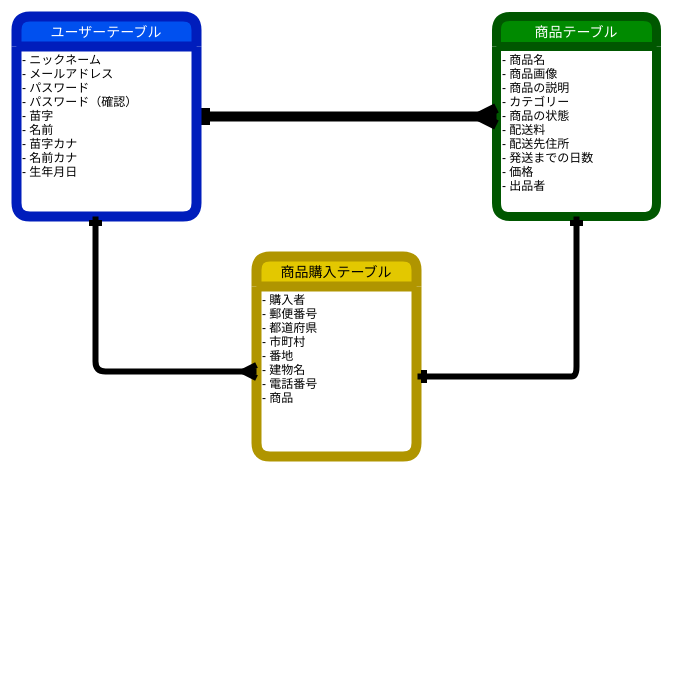
Above: table.dio in mozu888/furima-37230 (draw.io), before the change. Source tidied: cells renumbered, new cells numbered last; positions are measured from the earlier drawing's top-left corner, leaving out a move shared by most shapes. Both pictures are drawn from the tidied source at 100%, with x=0, y=0 at pixel (16, 16).
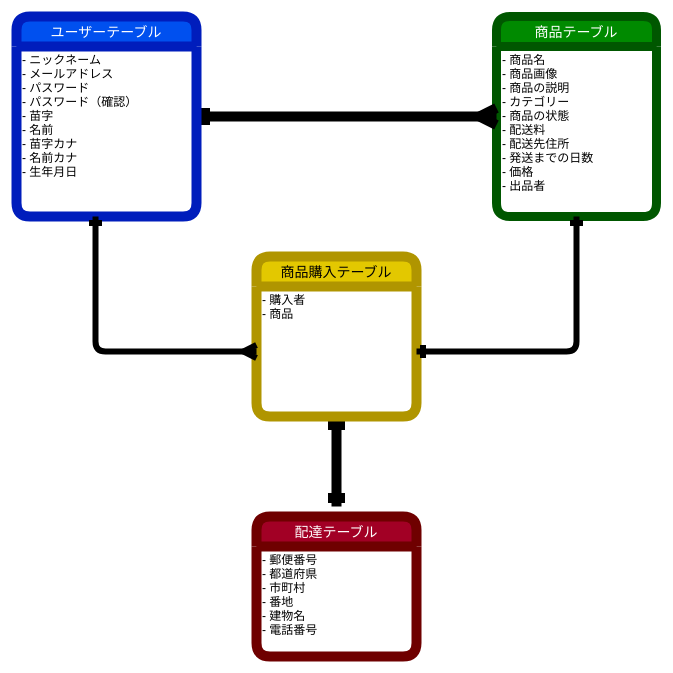
The same diagram, later.

The edit, as a diff of the source:
```diff
@@
 <mxGraphModel>
   <root>
     <mxCell id="0" />
     <mxCell id="1" parent="0" />
     <mxCell id="2" value="商品テーブル" style="swimlane;horizontal=1;startSize=30;rounded=1;fontSize=14;fontStyle=0;strokeWidth=9;shadow=0;dashed=0;align=center;fillColor=#008a00;strokeColor=#005700;fontColor=#ffffff;" parent="1" vertex="1">
       <mxGeometry x="480" width="160" height="200" as="geometry" />
     </mxCell>
     <mxCell id="3" value="- 商品名&#10;- 商品画像&#10;- 商品の説明&#10;- カテゴリー&#10;- 商品の状態&#10;- 配送料&#10;- 配送先住所&#10;- 発送までの日数&#10;- 価格&#10;- 出品者" style="align=left;strokeColor=none;fillColor=none;spacingLeft=4;fontSize=12;verticalAlign=top;" parent="2" vertex="1">
       <mxGeometry y="30" width="160" height="170" as="geometry" />
     </mxCell>
     <mxCell id="4" style="edgeStyle=none;html=1;entryX=0;entryY=0.393;entryDx=0;entryDy=0;entryPerimeter=0;strokeWidth=4;strokeColor=none;startArrow=ERmandOne;startFill=0;" parent="1" edge="1" source="6" target="3">
       <mxGeometry relative="1" as="geometry" />
     </mxCell>
     <mxCell id="5" style="edgeStyle=orthogonalEdgeStyle;rounded=0;jumpSize=6;html=1;startArrow=ERone;startFill=0;endArrow=ERmany;endFill=0;endSize=6;targetPerimeterSpacing=0;strokeWidth=10;" parent="1" edge="1" source="6">
       <mxGeometry relative="1" as="geometry">
         <mxPoint x="480" y="100" as="targetPoint" />
+        <Array as="points">
+          <mxPoint x="480" y="100" />
+        </Array>
       </mxGeometry>
     </mxCell>
     <mxCell id="6" value="ユーザーテーブル" style="swimlane;horizontal=1;startSize=30;rounded=1;fontSize=14;fontStyle=0;strokeWidth=10;shadow=0;dashed=0;align=center;fillColor=#0050ef;strokeColor=#001DBC;fontColor=#ffffff;" parent="1" vertex="1">
       <mxGeometry width="180" height="200" as="geometry" />
     </mxCell>
     <mxCell id="7" value="- ニックネーム&#10;- メールアドレス&#10;- パスワード&#10;- パスワード（確認）&#10;- 苗字&#10;- 名前&#10;- 苗字カナ&#10;- 名前カナ&#10;- 生年月日" style="align=left;strokeColor=none;fillColor=none;spacingLeft=4;fontSize=12;verticalAlign=top;" parent="6" vertex="1">
       <mxGeometry y="30" width="180" height="170" as="geometry" />
     </mxCell>
+    <mxCell id="12" style="edgeStyle=orthogonalEdgeStyle;rounded=0;jumpSize=6;html=1;startArrow=ERone;startFill=0;endArrow=ERone;endFill=0;endSize=6;targetPerimeterSpacing=0;strokeWidth=10;" parent="1" edge="1" source="8">
+      <mxGeometry relative="1" as="geometry">
+        <mxPoint x="320" y="490" as="targetPoint" />
+      </mxGeometry>
+    </mxCell>
     <mxCell id="8" value="商品購入テーブル" style="swimlane;horizontal=1;startSize=30;rounded=1;fontSize=14;fontStyle=0;strokeWidth=10;shadow=0;dashed=0;align=center;fillColor=#e3c800;strokeColor=#B09500;fontColor=#000000;" parent="1" vertex="1">
-      <mxGeometry x="240" y="240" width="160" height="200" as="geometry" />
+      <mxGeometry x="240" y="240" width="160" height="160" as="geometry" />
     </mxCell>
-    <mxCell id="9" value="- 購入者&#10;- 郵便番号&#10;- 都道府県&#10;- 市町村&#10;- 番地&#10;- 建物名&#10;- 電話番号&#10;- 商品" style="align=left;strokeColor=none;fillColor=none;spacingLeft=4;fontSize=12;verticalAlign=top;" parent="8" vertex="1">
-      <mxGeometry y="30" width="160" height="170" as="geometry" />
+    <mxCell id="9" value="- 購入者&#10;- 商品" style="align=left;strokeColor=none;fillColor=none;spacingLeft=4;fontSize=12;verticalAlign=top;" parent="8" vertex="1">
+      <mxGeometry y="30" width="160" height="130" as="geometry" />
     </mxCell>
     <mxCell id="10" style="edgeStyle=orthogonalEdgeStyle;rounded=1;jumpSize=6;html=1;exitX=0.439;exitY=1;exitDx=0;exitDy=0;startArrow=ERone;startFill=0;endArrow=ERmany;endFill=0;endSize=6;targetPerimeterSpacing=0;strokeWidth=6;entryX=0;entryY=0.5;entryDx=0;entryDy=0;exitPerimeter=0;" parent="1" edge="1" source="7" target="9">
       <mxGeometry relative="1" as="geometry" />
     </mxCell>
-    <mxCell id="11" style="edgeStyle=orthogonalEdgeStyle;rounded=1;jumpSize=6;html=1;exitX=0.5;exitY=1;exitDx=0;exitDy=0;startArrow=ERone;startFill=0;endArrow=ERone;endFill=0;endSize=6;targetPerimeterSpacing=0;strokeWidth=6;" parent="1" edge="1" source="3">
+    <mxCell id="11" style="edgeStyle=orthogonalEdgeStyle;rounded=1;jumpSize=6;html=1;exitX=0.5;exitY=1;exitDx=0;exitDy=0;startArrow=ERone;startFill=0;endArrow=ERone;endFill=0;endSize=6;targetPerimeterSpacing=0;strokeWidth=6;entryX=1;entryY=0.5;entryDx=0;entryDy=0;" parent="1" edge="1" source="3" target="9">
       <mxGeometry relative="1" as="geometry">
-        <mxPoint x="401" y="360" as="targetPoint" />
         <Array as="points">
-          <mxPoint x="550" y="360" />
-          <mxPoint x="401" y="360" />
+          <mxPoint x="560" y="335" />
         </Array>
       </mxGeometry>
     </mxCell>
+    <mxCell id="13" value="配達テーブル" style="swimlane;horizontal=1;startSize=30;rounded=1;fontSize=14;fontStyle=0;strokeWidth=10;shadow=0;dashed=0;align=center;fillColor=#a20025;strokeColor=#6F0000;fontColor=#ffffff;" parent="1" vertex="1">
+      <mxGeometry x="240" y="500" width="160" height="140" as="geometry" />
+    </mxCell>
+    <mxCell id="14" value="- 郵便番号&#10;- 都道府県&#10;- 市町村&#10;- 番地&#10;- 建物名&#10;- 電話番号" style="align=left;strokeColor=none;fillColor=none;spacingLeft=4;fontSize=12;verticalAlign=top;" parent="13" vertex="1">
+      <mxGeometry y="30" width="160" height="110" as="geometry" />
+    </mxCell>
   </root>
 </mxGraphModel>
```
